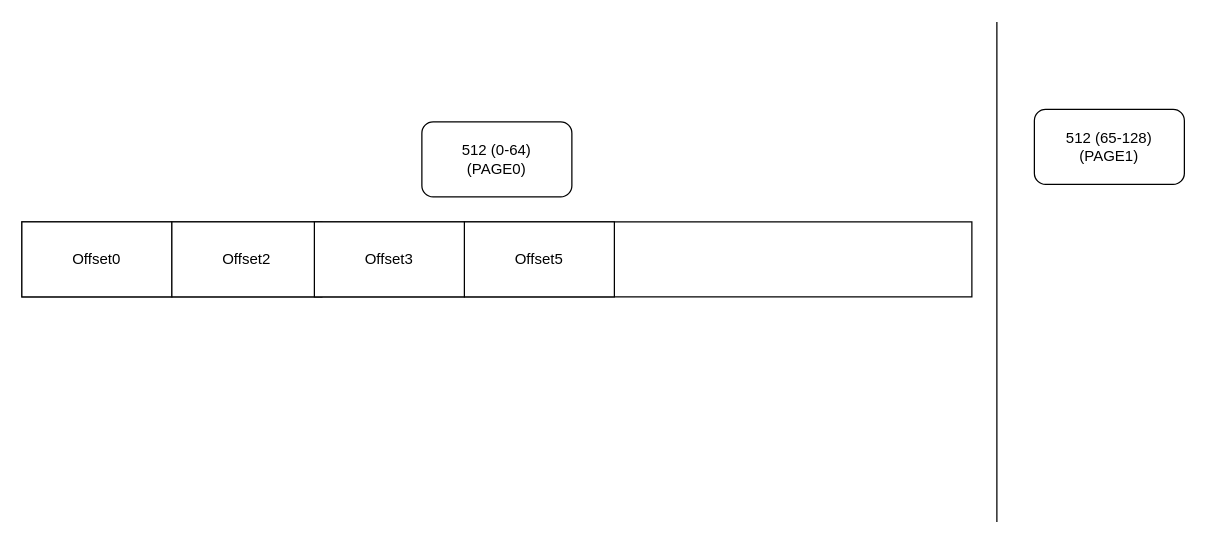
MyJetTools/my-service-bus-persistence keeps this draw.io diagram as diagra.drawio. Above is the earlier version. Source tidied: cells renumbered, new cells numbered last; positions are measured from the earlier drawing's top-left corner, leaving out a move shared by most shapes. Both pictures are drawn from the tidied source at 125%, with x=0, y=0 at pixel (21, 21).
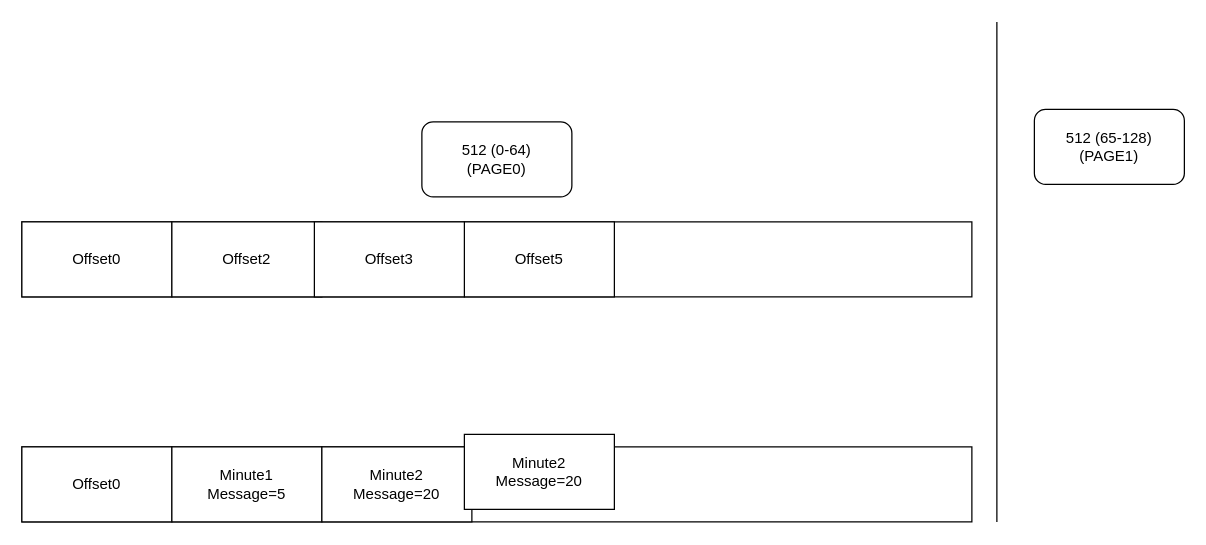
Above is the later version.

Diff of the diagram source:
```diff
@@
 <mxGraphModel>
   <root>
     <mxCell id="0" />
     <mxCell id="1" parent="0" />
     <mxCell id="2" style="rounded=0;whiteSpace=wrap;html=1;" parent="1" vertex="1">
       <mxGeometry y="160" width="760" height="60" as="geometry" />
     </mxCell>
     <mxCell id="3" value="Offset0" style="rounded=0;whiteSpace=wrap;html=1;" parent="1" vertex="1">
       <mxGeometry y="160" width="120" height="60" as="geometry" />
     </mxCell>
     <mxCell id="4" value="Offset2" style="rounded=0;whiteSpace=wrap;html=1;" parent="1" vertex="1">
       <mxGeometry x="120" y="160" width="120" height="60" as="geometry" />
     </mxCell>
     <mxCell id="5" style="endArrow=none;html=1;" parent="1" edge="1">
       <mxGeometry relative="1" as="geometry">
         <mxPoint x="780" y="400" as="sourcePoint" />
         <mxPoint x="780" as="targetPoint" />
       </mxGeometry>
     </mxCell>
     <mxCell id="6" value="512 (0-64)&lt;br&gt;(PAGE0)" style="rounded=1;whiteSpace=wrap;html=1;" parent="1" vertex="1">
       <mxGeometry x="320" y="80" width="120" height="60" as="geometry" />
     </mxCell>
     <mxCell id="7" value="512 (65-128)&lt;br&gt;(PAGE1)" style="rounded=1;whiteSpace=wrap;html=1;" parent="1" vertex="1">
       <mxGeometry x="810" y="70" width="120" height="60" as="geometry" />
     </mxCell>
     <mxCell id="8" value="Offset5" style="rounded=0;whiteSpace=wrap;html=1;" parent="1" vertex="1">
       <mxGeometry x="354" y="160" width="120" height="60" as="geometry" />
     </mxCell>
     <mxCell id="9" value="Offset3" style="rounded=0;whiteSpace=wrap;html=1;" parent="1" vertex="1">
       <mxGeometry x="234" y="160" width="120" height="60" as="geometry" />
     </mxCell>
+    <mxCell id="10" style="rounded=0;whiteSpace=wrap;html=1;" parent="1" vertex="1">
+      <mxGeometry y="340" width="760" height="60" as="geometry" />
+    </mxCell>
+    <mxCell id="11" value="Offset0" style="rounded=0;whiteSpace=wrap;html=1;" parent="1" vertex="1">
+      <mxGeometry y="340" width="120" height="60" as="geometry" />
+    </mxCell>
+    <mxCell id="12" value="Minute1&lt;br&gt;Message=5" style="rounded=0;whiteSpace=wrap;html=1;" parent="1" vertex="1">
+      <mxGeometry x="120" y="340" width="120" height="60" as="geometry" />
+    </mxCell>
+    <mxCell id="13" value="Minute2&lt;br&gt;Message=20" style="rounded=0;whiteSpace=wrap;html=1;" parent="1" vertex="1">
+      <mxGeometry x="240" y="340" width="120" height="60" as="geometry" />
+    </mxCell>
+    <mxCell id="14" value="Minute2&lt;br&gt;Message=20" style="rounded=0;whiteSpace=wrap;html=1;" parent="1" vertex="1">
+      <mxGeometry x="354" y="330" width="120" height="60" as="geometry" />
+    </mxCell>
   </root>
 </mxGraphModel>
```
